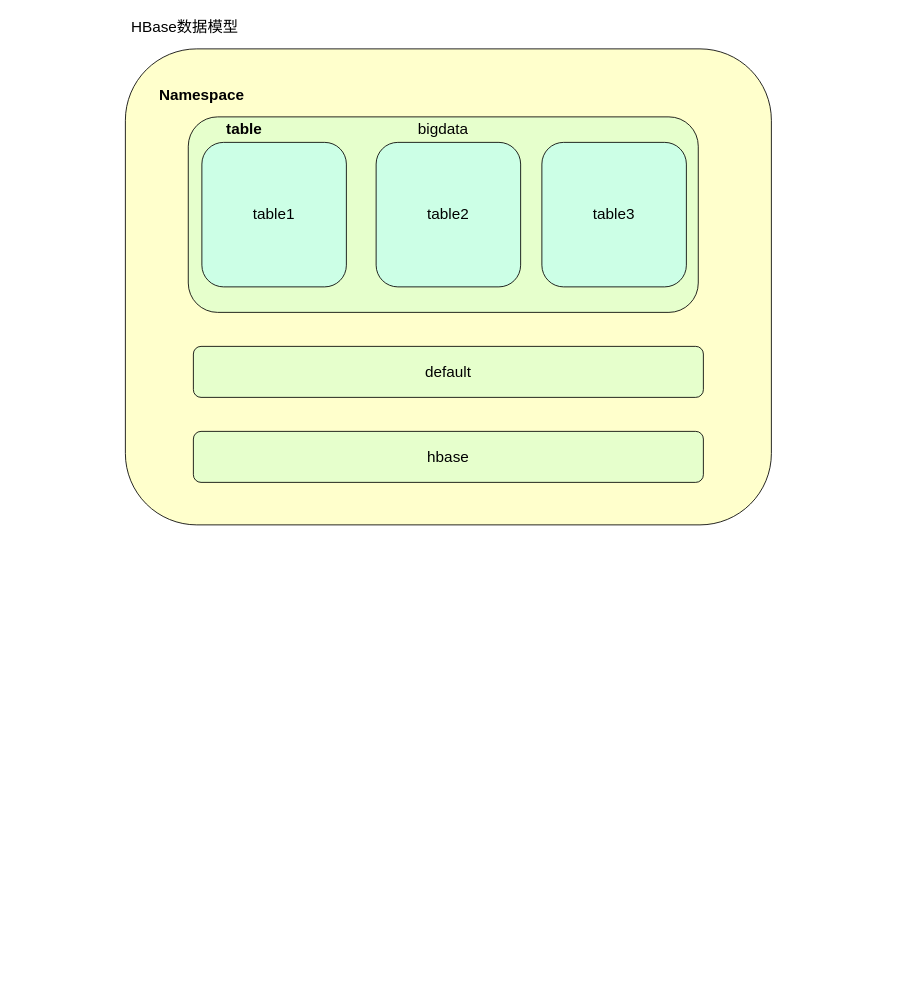
1553010490/drawio_repository keeps this draw.io diagram as hbase.drawio. Above is the earlier version. Source tidied: cells renumbered, new cells numbered last; positions are measured from the earlier drawing's top-left corner, leaving out a move shared by most shapes. Both pictures are drawn from the tidied source at 85%, with x=0, y=0 at pixel (125, 14).
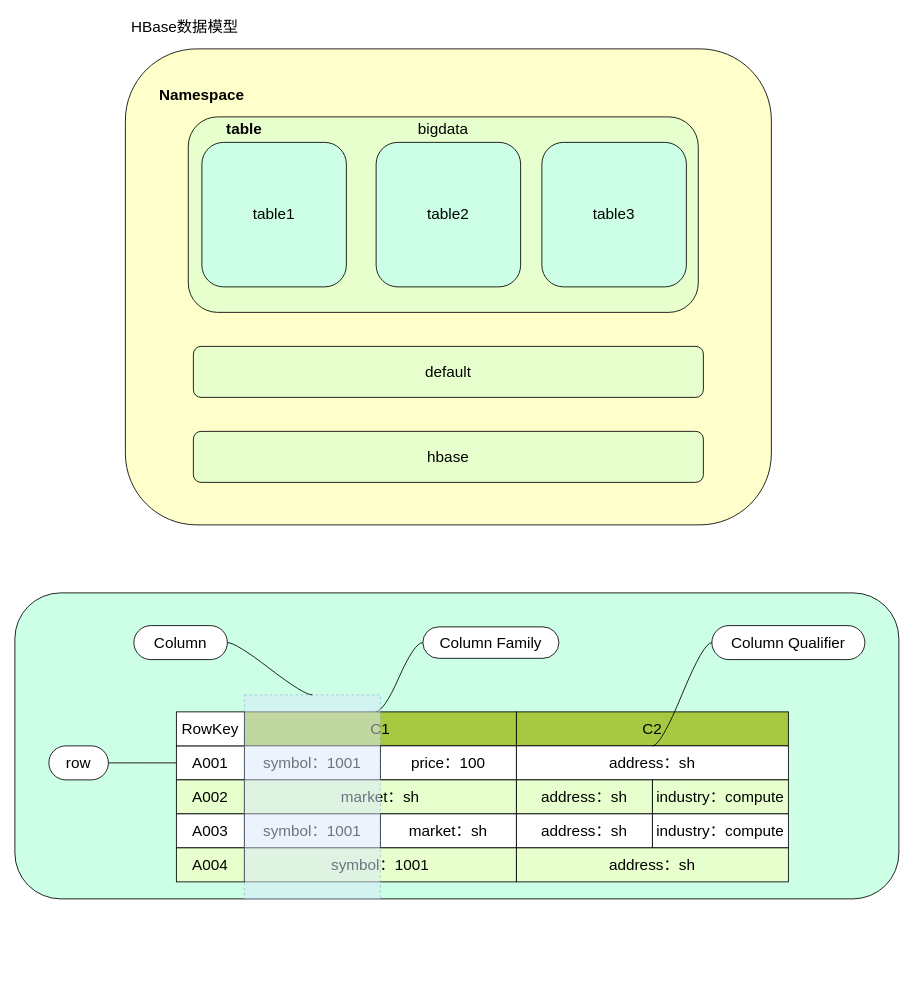
After the change.

The edit, as a diff of the source:
```diff
@@
+    <mxCell id="13" style="group;" parent="1" vertex="1">
+      <mxGeometry x="-130" y="680" width="1040" height="470" as="geometry" />
+    </mxCell>
+    <mxCell id="14" style="rounded=1;whiteSpace=wrap;html=1;fillColor=#CCFFE6;" parent="13" vertex="1">
+      <mxGeometry width="1040" height="360" as="geometry" />
+    </mxCell>
+    <mxCell id="15" style="group;" parent="13" vertex="1">
+      <mxGeometry x="190" y="140" width="720" height="200" as="geometry" />
+    </mxCell>
+    <mxCell id="16" value="&lt;font style=&quot;font-size: 18px;&quot;&gt;C1&lt;/font&gt;" style="rounded=0;whiteSpace=wrap;html=1;fillColor=#A7C942;" parent="15" vertex="1">
+      <mxGeometry x="80" width="320" height="40" as="geometry" />
+    </mxCell>
+    <mxCell id="17" value="&lt;font style=&quot;font-size: 18px;&quot;&gt;symbol：1001&lt;/font&gt;" style="rounded=0;whiteSpace=wrap;html=1;" parent="15" vertex="1">
+      <mxGeometry x="80" y="40" width="160" height="40" as="geometry" />
+    </mxCell>
+    <mxCell id="18" value="&lt;font style=&quot;font-size: 18px;&quot;&gt;price：100&lt;/font&gt;" style="rounded=0;whiteSpace=wrap;html=1;" parent="15" vertex="1">
+      <mxGeometry x="240" y="40" width="160" height="40" as="geometry" />
+    </mxCell>
+    <mxCell id="19" value="A001" style="rounded=0;whiteSpace=wrap;html=1;fontSize=18;" parent="15" vertex="1">
+      <mxGeometry y="40" width="80" height="40" as="geometry" />
+    </mxCell>
+    <mxCell id="20" value="A002" style="rounded=0;whiteSpace=wrap;html=1;fontSize=18;fillColor=#E6FFCC;" parent="15" vertex="1">
+      <mxGeometry y="80" width="80" height="40" as="geometry" />
+    </mxCell>
+    <mxCell id="21" value="A003" style="rounded=0;whiteSpace=wrap;html=1;fontSize=18;" parent="15" vertex="1">
+      <mxGeometry y="120" width="80" height="40" as="geometry" />
+    </mxCell>
+    <mxCell id="22" value="A004" style="rounded=0;whiteSpace=wrap;html=1;fontSize=18;fillColor=#E6FFCC;" parent="15" vertex="1">
+      <mxGeometry y="160" width="80" height="40" as="geometry" />
+    </mxCell>
+    <mxCell id="23" value="&lt;font style=&quot;font-size: 18px;&quot;&gt;market：sh&lt;/font&gt;" style="rounded=0;whiteSpace=wrap;html=1;fillColor=#E6FFCC;" parent="15" vertex="1">
+      <mxGeometry x="80" y="80" width="320" height="40" as="geometry" />
+    </mxCell>
+    <mxCell id="24" value="&lt;font style=&quot;font-size: 18px;&quot;&gt;symbol：1001&lt;/font&gt;" style="rounded=0;whiteSpace=wrap;html=1;" parent="15" vertex="1">
+      <mxGeometry x="80" y="120" width="160" height="40" as="geometry" />
+    </mxCell>
+    <mxCell id="25" value="&lt;font style=&quot;font-size: 18px;&quot;&gt;market：sh&lt;/font&gt;" style="rounded=0;whiteSpace=wrap;html=1;" parent="15" vertex="1">
+      <mxGeometry x="240" y="120" width="160" height="40" as="geometry" />
+    </mxCell>
+    <mxCell id="26" value="&lt;font style=&quot;font-size: 18px;&quot;&gt;symbol：1001&lt;/font&gt;" style="rounded=0;whiteSpace=wrap;html=1;fillColor=#E6FFCC;" parent="15" vertex="1">
+      <mxGeometry x="80" y="160" width="320" height="40" as="geometry" />
+    </mxCell>
+    <mxCell id="27" value="&lt;font style=&quot;font-size: 18px;&quot;&gt;RowKey&lt;/font&gt;" style="rounded=0;whiteSpace=wrap;html=1;" parent="15" vertex="1">
+      <mxGeometry width="80" height="40" as="geometry" />
+    </mxCell>
+    <mxCell id="28" style="group;" parent="15" vertex="1">
+      <mxGeometry x="400" width="320" height="200" as="geometry" />
+    </mxCell>
+    <mxCell id="29" value="&lt;font style=&quot;font-size: 18px;&quot;&gt;C2&lt;/font&gt;" style="rounded=0;whiteSpace=wrap;html=1;fillColor=#A7C942;" parent="28" vertex="1">
+      <mxGeometry width="320" height="40" as="geometry" />
+    </mxCell>
+    <mxCell id="30" value="&lt;font style=&quot;font-size: 18px;&quot;&gt;address：sh&lt;/font&gt;" style="rounded=0;whiteSpace=wrap;html=1;" parent="28" vertex="1">
+      <mxGeometry y="40" width="320" height="40" as="geometry" />
+    </mxCell>
+    <mxCell id="31" value="&lt;font style=&quot;font-size: 18px;&quot;&gt;address：sh&lt;/font&gt;" style="rounded=0;whiteSpace=wrap;html=1;fillColor=#E6FFCC;" parent="28" vertex="1">
+      <mxGeometry y="80" width="160" height="40" as="geometry" />
+    </mxCell>
+    <mxCell id="32" value="&lt;font style=&quot;font-size: 18px;&quot;&gt;industry：compute&lt;/font&gt;" style="rounded=0;whiteSpace=wrap;html=1;fillColor=#E6FFCC;" parent="28" vertex="1">
+      <mxGeometry x="160" y="80" width="160" height="40" as="geometry" />
+    </mxCell>
+    <mxCell id="33" value="&lt;font style=&quot;font-size: 18px;&quot;&gt;address：sh&lt;/font&gt;" style="rounded=0;whiteSpace=wrap;html=1;" parent="28" vertex="1">
+      <mxGeometry y="120" width="160" height="40" as="geometry" />
+    </mxCell>
+    <mxCell id="34" value="&lt;font style=&quot;font-size: 18px;&quot;&gt;industry：compute&lt;/font&gt;" style="rounded=0;whiteSpace=wrap;html=1;" parent="28" vertex="1">
+      <mxGeometry x="160" y="120" width="160" height="40" as="geometry" />
+    </mxCell>
+    <mxCell id="35" value="&lt;font style=&quot;font-size: 18px;&quot;&gt;address：sh&lt;/font&gt;" style="rounded=0;whiteSpace=wrap;html=1;fillColor=#E6FFCC;" parent="28" vertex="1">
+      <mxGeometry y="160" width="320" height="40" as="geometry" />
+    </mxCell>
+    <mxCell id="36" value="&lt;font style=&quot;font-size: 18px;&quot;&gt;row&lt;/font&gt;" style="whiteSpace=wrap;html=1;rounded=1;arcSize=50;align=center;verticalAlign=middle;strokeWidth=1;spacing=4;newEdgeStyle={&quot;edgeStyle&quot;:&quot;entityRelationEdgeStyle&quot;,&quot;startArrow&quot;:&quot;none&quot;,&quot;endArrow&quot;:&quot;none&quot;,&quot;segment&quot;:10,&quot;curved&quot;:1,&quot;sourcePerimeterSpacing&quot;:0,&quot;targetPerimeterSpacing&quot;:0};" parent="13" vertex="1">
+      <mxGeometry x="40" y="180" width="70" height="40" as="geometry" />
+    </mxCell>
+    <mxCell id="37" style="edgeStyle=entityRelationEdgeStyle;startArrow=none;endArrow=none;segment=10;curved=1;sourcePerimeterSpacing=0;targetPerimeterSpacing=0;rounded=0;exitX=0;exitY=0.5;exitDx=0;exitDy=0;" parent="13" edge="1" source="19" target="36">
+      <mxGeometry relative="1" as="geometry">
+        <Array as="points">
+          <mxPoint x="380" y="470" />
+          <mxPoint x="340" y="470" />
+        </Array>
+      </mxGeometry>
+    </mxCell>
+    <mxCell id="38" value="&lt;p&gt;&lt;font style=&quot;font-size: 18px;&quot;&gt;Column Family&lt;/font&gt;&lt;/p&gt;" style="whiteSpace=wrap;html=1;rounded=1;arcSize=50;align=center;verticalAlign=middle;strokeWidth=1;spacing=4;newEdgeStyle={&quot;edgeStyle&quot;:&quot;entityRelationEdgeStyle&quot;,&quot;startArrow&quot;:&quot;none&quot;,&quot;endArrow&quot;:&quot;none&quot;,&quot;segment&quot;:10,&quot;curved&quot;:1,&quot;sourcePerimeterSpacing&quot;:0,&quot;targetPerimeterSpacing&quot;:0};" parent="13" vertex="1">
+      <mxGeometry x="480" y="40" width="160" height="37" as="geometry" />
+    </mxCell>
+    <mxCell id="39" style="edgeStyle=entityRelationEdgeStyle;startArrow=none;endArrow=none;segment=10;curved=1;sourcePerimeterSpacing=0;targetPerimeterSpacing=0;rounded=0;exitX=0.5;exitY=0;exitDx=0;exitDy=0;" parent="13" edge="1" target="38">
+      <mxGeometry relative="1" as="geometry">
+        <mxPoint x="424" y="140" as="sourcePoint" />
+      </mxGeometry>
+    </mxCell>
+    <mxCell id="40" value="&lt;p&gt;&lt;font style=&quot;font-size: 18px;&quot;&gt;Column Qualifier&lt;/font&gt;&lt;/p&gt;" style="whiteSpace=wrap;html=1;rounded=1;arcSize=50;align=center;verticalAlign=middle;strokeWidth=1;spacing=4;newEdgeStyle={&quot;edgeStyle&quot;:&quot;entityRelationEdgeStyle&quot;,&quot;startArrow&quot;:&quot;none&quot;,&quot;endArrow&quot;:&quot;none&quot;,&quot;segment&quot;:10,&quot;curved&quot;:1,&quot;sourcePerimeterSpacing&quot;:0,&quot;targetPerimeterSpacing&quot;:0};" parent="13" vertex="1">
+      <mxGeometry x="820" y="38.5" width="180" height="40" as="geometry" />
+    </mxCell>
+    <mxCell id="41" style="edgeStyle=entityRelationEdgeStyle;startArrow=none;endArrow=none;segment=10;curved=1;sourcePerimeterSpacing=0;targetPerimeterSpacing=0;rounded=0;exitX=0.5;exitY=1;exitDx=0;exitDy=0;" parent="13" edge="1" source="29" target="40">
+      <mxGeometry relative="1" as="geometry">
+        <Array as="points">
+          <mxPoint x="680" y="70" />
+        </Array>
+      </mxGeometry>
+    </mxCell>
+    <mxCell id="42" style="rounded=0;whiteSpace=wrap;html=1;dashed=1;fillColor=#dae8fc;strokeColor=#6c8ebf;opacity=50;" parent="13" vertex="1">
+      <mxGeometry x="270" y="120" width="160" height="240" as="geometry" />
+    </mxCell>
+    <mxCell id="43" value="&lt;font style=&quot;font-size: 18px;&quot;&gt;Column&lt;/font&gt;" style="whiteSpace=wrap;html=1;rounded=1;arcSize=50;align=center;verticalAlign=middle;strokeWidth=1;spacing=4;newEdgeStyle={&quot;edgeStyle&quot;:&quot;entityRelationEdgeStyle&quot;,&quot;startArrow&quot;:&quot;none&quot;,&quot;endArrow&quot;:&quot;none&quot;,&quot;segment&quot;:10,&quot;curved&quot;:1,&quot;sourcePerimeterSpacing&quot;:0,&quot;targetPerimeterSpacing&quot;:0};" parent="13" vertex="1">
+      <mxGeometry x="140" y="38.5" width="110" height="40" as="geometry" />
+    </mxCell>
+    <mxCell id="44" style="edgeStyle=entityRelationEdgeStyle;startArrow=none;endArrow=none;segment=10;curved=1;sourcePerimeterSpacing=0;targetPerimeterSpacing=0;rounded=0;exitX=0.5;exitY=0;exitDx=0;exitDy=0;" parent="13" edge="1" source="42" target="43">
+      <mxGeometry relative="1" as="geometry" />
+    </mxCell>
```
